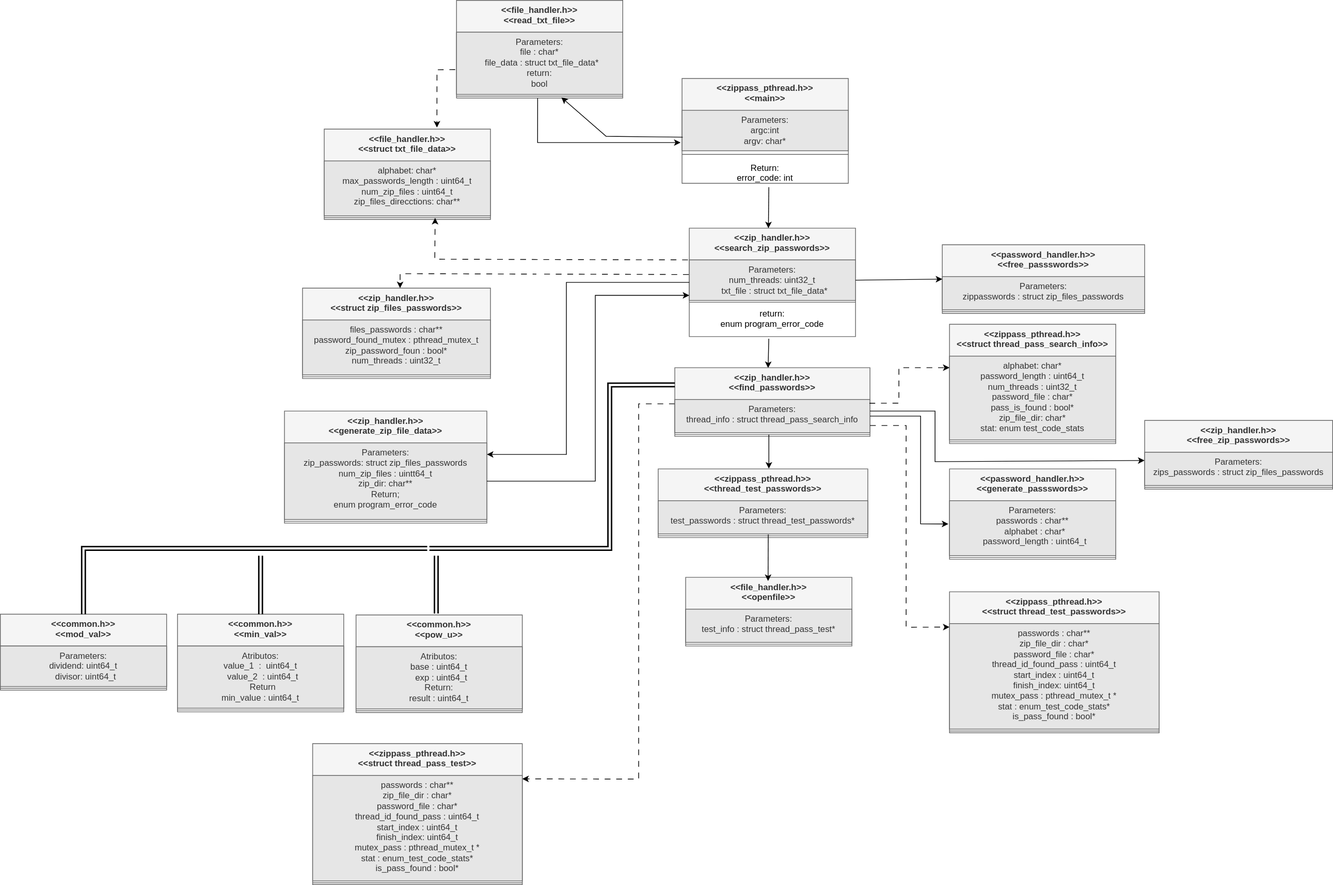
The draw.io diagram homeworks/zippass_openmp_mpi/design/UML_diagram.svg in raguerobermudez/c-concurrent-programming, before a commit. Source tidied: cells renumbered, new cells last; positions are measured from the earlier drawing's top-left corner, leaving out a move shared by most shapes.
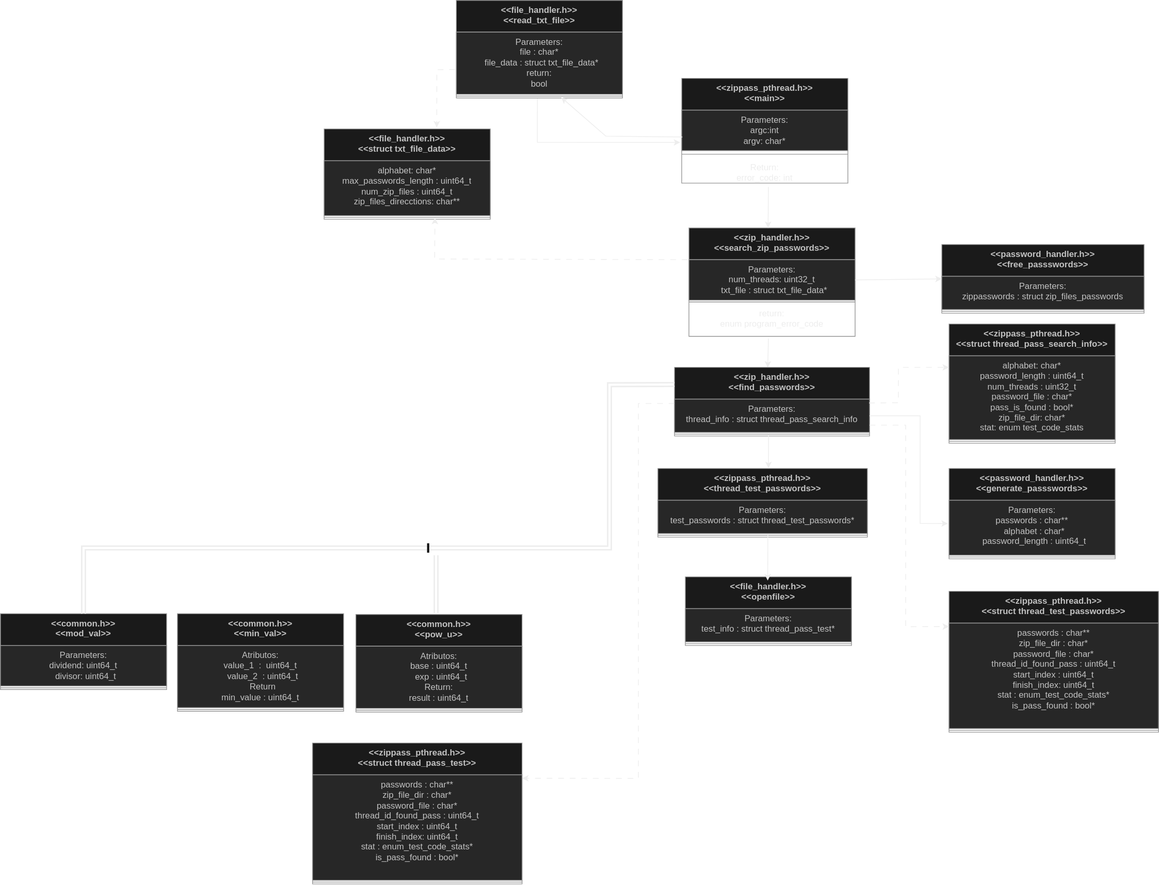
Above is the later version.

What changed in the source:
```diff
@@ -97,15 +97,6 @@
     <mxCell id="32" value="&lt;div&gt;return:&lt;/div&gt;&lt;div&gt;enum program_error_code&lt;br&gt;&lt;/div&gt;" style="text;strokeColor=none;fillColor=none;align=center;verticalAlign=top;spacingLeft=4;spacingRight=4;overflow=hidden;whiteSpace=wrap;html=1;" parent="28" vertex="1">
       <mxGeometry y="105" width="230" height="45" as="geometry" />
     </mxCell>
-    <mxCell id="33" value="&amp;lt;&amp;lt;zip_handler.h&amp;gt;&amp;gt;&lt;br&gt;&lt;div&gt;&amp;lt;&amp;lt;free_zip_passwords&amp;gt;&amp;gt;&lt;/div&gt;" style="swimlane;fontStyle=1;align=center;verticalAlign=top;horizontal=1;startSize=44;whiteSpace=wrap;html=1;fillColor=#f5f5f5;fontColor=#333333;strokeColor=#666666;" parent="1" vertex="1">
-      <mxGeometry x="1583" y="581" width="260" height="95" as="geometry" />
-    </mxCell>
-    <mxCell id="34" value="&lt;div&gt;Parameters:&lt;/div&gt;&lt;div&gt;zips_passwords : struct zip_files_passwords&lt;br&gt;&lt;/div&gt;" style="text;strokeColor=#666666;fillColor=#E6E6E6;align=center;verticalAlign=top;spacingLeft=4;spacingRight=4;overflow=hidden;points=[[0,0.5],[1,0.5]];portConstraint=eastwest;whiteSpace=wrap;html=1;fontColor=#333333;" parent="33" vertex="1">
-      <mxGeometry y="44" width="260" height="46" as="geometry" />
-    </mxCell>
-    <mxCell id="35" style="line;strokeWidth=1;fillColor=none;align=left;verticalAlign=middle;spacingTop=-1;spacingLeft=3;spacingRight=3;labelPosition=right;strokeColor=inherit;" parent="33" vertex="1">
-      <mxGeometry y="90" width="260" height="5" as="geometry" />
-    </mxCell>
     <mxCell id="36" value="&amp;lt;&amp;lt;zip_handler.h&amp;gt;&amp;gt;&lt;br&gt;&lt;div&gt;&amp;lt;&amp;lt;find_passwords&amp;gt;&amp;gt;&lt;/div&gt;" style="swimlane;fontStyle=1;align=center;verticalAlign=top;horizontal=1;startSize=44;whiteSpace=wrap;html=1;fillColor=#f5f5f5;fontColor=#333333;strokeColor=#666666;" parent="1" vertex="1">
       <mxGeometry x="933" y="508" width="270" height="95" as="geometry" />
     </mxCell>
@@ -157,54 +148,6 @@
         </Array>
       </mxGeometry>
     </mxCell>
-    <mxCell id="47" value="&amp;lt;&amp;lt;zip_handler.h&amp;gt;&amp;gt;&lt;br&gt;&lt;div&gt;&amp;lt;&amp;lt;struct zip_files_passwords&amp;gt;&amp;gt;&lt;/div&gt;" style="swimlane;fontStyle=1;align=center;verticalAlign=top;horizontal=1;startSize=44;whiteSpace=wrap;html=1;fillColor=#f5f5f5;fontColor=#333333;strokeColor=#666666;" parent="1" vertex="1">
-      <mxGeometry x="418" y="398" width="260" height="125" as="geometry" />
-    </mxCell>
-    <mxCell id="48" value="&lt;div&gt;files_passwords : char**&lt;/div&gt;&lt;div&gt;password_found_mutex : pthread_mutex_t&lt;/div&gt;&lt;div&gt;zip_password_foun : bool*&lt;br&gt;num_threads : uint32_t&lt;br&gt;&lt;/div&gt;" style="text;strokeColor=#666666;fillColor=#E6E6E6;align=center;verticalAlign=top;spacingLeft=4;spacingRight=4;overflow=hidden;whiteSpace=wrap;html=1;fontColor=#333333;" parent="47" vertex="1">
-      <mxGeometry y="44" width="260" height="76" as="geometry" />
-    </mxCell>
-    <mxCell id="49" style="line;strokeWidth=1;fillColor=none;align=left;verticalAlign=middle;spacingTop=-1;spacingLeft=3;spacingRight=3;labelPosition=right;strokeColor=inherit;" parent="47" vertex="1">
-      <mxGeometry y="120" width="260" height="5" as="geometry" />
-    </mxCell>
-    <mxCell id="50" value="&amp;nbsp;" style="endArrow=classic;html=1;rounded=0;exitX=-0.003;exitY=0.36;exitDx=0;exitDy=0;entryX=0.519;entryY=0;entryDx=0;entryDy=0;entryPerimeter=0;exitPerimeter=0;dashed=1;dashPattern=8 8;" parent="1" edge="1" source="29" target="47">
-      <mxGeometry relative="1" as="geometry">
-        <Array as="points">
-          <mxPoint x="553" y="378" />
-        </Array>
-      </mxGeometry>
-    </mxCell>
-    <mxCell id="51" value="&amp;lt;&amp;lt;zip_handler.h&amp;gt;&amp;gt;&lt;br&gt;&lt;div&gt;&amp;lt;&amp;lt;generate_zip_file_data&amp;gt;&amp;gt;&lt;/div&gt;" style="swimlane;fontStyle=1;align=center;verticalAlign=top;horizontal=1;startSize=44;whiteSpace=wrap;html=1;fillColor=#f5f5f5;fontColor=#333333;strokeColor=#666666;" parent="1" vertex="1">
-      <mxGeometry x="393" y="568" width="280" height="155" as="geometry" />
-    </mxCell>
-    <mxCell id="52" value="&lt;div&gt;Parameters:&lt;/div&gt;&lt;div&gt;zip_passwords: struct zip_files_passwords&lt;/div&gt;&lt;div&gt;num_zip_files : uintt64_t&lt;/div&gt;&lt;div&gt;zip_dir: char**&lt;/div&gt;&lt;div&gt;Return;&lt;/div&gt;&lt;div&gt;enum program_error_code&lt;br&gt;&lt;/div&gt;" style="text;strokeColor=#666666;fillColor=#E6E6E6;align=center;verticalAlign=top;spacingLeft=4;spacingRight=4;overflow=hidden;points=[[0,0.5],[1,0.5]];portConstraint=eastwest;whiteSpace=wrap;html=1;fontColor=#333333;" parent="51" vertex="1">
-      <mxGeometry y="44" width="280" height="106" as="geometry" />
-    </mxCell>
-    <mxCell id="53" style="line;strokeWidth=1;fillColor=none;align=left;verticalAlign=middle;spacingTop=-1;spacingLeft=3;spacingRight=3;labelPosition=right;strokeColor=inherit;" parent="51" vertex="1">
-      <mxGeometry y="150" width="280" height="5" as="geometry" />
-    </mxCell>
-    <mxCell id="54" style="endArrow=classic;html=1;rounded=0;entryX=0.5;entryY=0;entryDx=0;entryDy=0;shape=link;strokeWidth=2;" parent="51" edge="1" target="16">
-      <mxGeometry relative="1" as="geometry">
-        <mxPoint x="-33" y="200" as="sourcePoint" />
-      </mxGeometry>
-    </mxCell>
-    <mxCell id="55" style="endArrow=classic;html=1;rounded=0;exitX=0;exitY=0.5;exitDx=0;exitDy=0;" parent="1" edge="1" source="28">
-      <mxGeometry relative="1" as="geometry">
-        <mxPoint x="673" y="628" as="targetPoint" />
-        <Array as="points">
-          <mxPoint x="783" y="390" />
-          <mxPoint x="783" y="628" />
-        </Array>
-      </mxGeometry>
-    </mxCell>
-    <mxCell id="56" style="endArrow=classic;html=1;rounded=0;exitX=1;exitY=0.5;exitDx=0;exitDy=0;" parent="1" edge="1" source="52">
-      <mxGeometry relative="1" as="geometry">
-        <mxPoint x="953" y="408" as="targetPoint" />
-        <Array as="points">
-          <mxPoint x="823" y="665" />
-          <mxPoint x="823" y="408" />
-        </Array>
-      </mxGeometry>
-    </mxCell>
     <mxCell id="57" style="endArrow=classic;html=1;rounded=0;entryX=0;entryY=0.5;entryDx=0;entryDy=0;exitX=1;exitY=0.5;exitDx=0;exitDy=0;" parent="1" edge="1" source="29" target="25">
       <mxGeometry relative="1" as="geometry" />
     </mxCell>
@@ -269,7 +212,7 @@
     <mxCell id="70" value="&amp;lt;&amp;lt;zippass_pthread.h&amp;gt;&amp;gt;&lt;br&gt;&lt;div&gt;&amp;lt;&amp;lt;struct thread_test_passwords&amp;gt;&amp;gt;&lt;/div&gt;" style="swimlane;fontStyle=1;align=center;verticalAlign=top;horizontal=1;startSize=44;whiteSpace=wrap;html=1;fillColor=#f5f5f5;fontColor=#333333;strokeColor=#666666;" parent="1" vertex="1">
       <mxGeometry x="1313" y="818" width="290" height="195" as="geometry" />
     </mxCell>
-    <mxCell id="71" value="&lt;div&gt;passwords : char**&lt;/div&gt;&lt;div&gt;zip_file_dir : char*&lt;/div&gt;&lt;div&gt;password_file : char* &lt;br&gt;&lt;/div&gt;&lt;div&gt;thread_id_found_pass : uint64_t&lt;/div&gt;&lt;div&gt;start_index : uint64_t&lt;/div&gt;&lt;div&gt;finish_index: uint64_t&lt;/div&gt;&lt;div&gt;mutex_pass : pthread_mutex_t *&lt;br&gt;&lt;/div&gt;&lt;div&gt;stat : enum_test_code_stats*&lt;/div&gt;&lt;div&gt;is_pass_found : bool*&lt;br&gt;&lt;/div&gt;" style="text;strokeColor=#666666;fillColor=#E6E6E6;align=center;verticalAlign=top;spacingLeft=4;spacingRight=4;overflow=hidden;whiteSpace=wrap;html=1;fontColor=#333333;" parent="70" vertex="1">
+    <mxCell id="71" value="&lt;div&gt;passwords : char**&lt;/div&gt;&lt;div&gt;zip_file_dir : char*&lt;/div&gt;&lt;div&gt;password_file : char* &lt;br&gt;&lt;/div&gt;&lt;div&gt;thread_id_found_pass : uint64_t&lt;/div&gt;&lt;div&gt;start_index : uint64_t&lt;/div&gt;&lt;div&gt;finish_index: uint64_t&lt;/div&gt;&lt;div&gt;stat : enum_test_code_stats*&lt;/div&gt;&lt;div&gt;is_pass_found : bool*&lt;br&gt;&lt;/div&gt;" style="text;strokeColor=#666666;fillColor=#E6E6E6;align=center;verticalAlign=top;spacingLeft=4;spacingRight=4;overflow=hidden;whiteSpace=wrap;html=1;fontColor=#333333;" parent="70" vertex="1">
       <mxGeometry y="44" width="290" height="146" as="geometry" />
     </mxCell>
     <mxCell id="72" style="line;strokeWidth=1;fillColor=none;align=left;verticalAlign=middle;spacingTop=-1;spacingLeft=3;spacingRight=3;labelPosition=right;strokeColor=inherit;" parent="70" vertex="1">
@@ -284,19 +227,10 @@
         </Array>
       </mxGeometry>
     </mxCell>
-    <mxCell id="74" style="endArrow=classic;html=1;rounded=0;entryX=-0.001;entryY=0.248;entryDx=0;entryDy=0;entryPerimeter=0;" parent="1" edge="1" target="34">
-      <mxGeometry relative="1" as="geometry">
-        <mxPoint x="1203" y="568" as="sourcePoint" />
-        <Array as="points">
-          <mxPoint x="1293" y="568" />
-          <mxPoint x="1293" y="638" />
-        </Array>
-      </mxGeometry>
-    </mxCell>
     <mxCell id="75" value="&amp;lt;&amp;lt;zippass_pthread.h&amp;gt;&amp;gt;&lt;br&gt;&lt;div&gt;&amp;lt;&amp;lt;struct thread_pass_test&amp;gt;&amp;gt;&lt;/div&gt;" style="swimlane;fontStyle=1;align=center;verticalAlign=top;horizontal=1;startSize=44;whiteSpace=wrap;html=1;fillColor=#f5f5f5;fontColor=#333333;strokeColor=#666666;" parent="1" vertex="1">
       <mxGeometry x="432" y="1028" width="290" height="195" as="geometry" />
     </mxCell>
-    <mxCell id="76" value="&lt;div&gt;passwords : char**&lt;/div&gt;&lt;div&gt;zip_file_dir : char*&lt;/div&gt;&lt;div&gt;password_file : char* &lt;br&gt;&lt;/div&gt;&lt;div&gt;thread_id_found_pass : uint64_t&lt;/div&gt;&lt;div&gt;start_index : uint64_t&lt;/div&gt;&lt;div&gt;finish_index: uint64_t&lt;/div&gt;&lt;div&gt;mutex_pass : pthread_mutex_t *&lt;br&gt;&lt;/div&gt;&lt;div&gt;stat : enum_test_code_stats*&lt;/div&gt;&lt;div&gt;is_pass_found : bool*&lt;br&gt;&lt;/div&gt;" style="text;strokeColor=#666666;fillColor=#E6E6E6;align=center;verticalAlign=top;spacingLeft=4;spacingRight=4;overflow=hidden;whiteSpace=wrap;html=1;fontColor=#333333;" parent="75" vertex="1">
+    <mxCell id="76" value="&lt;div&gt;passwords : char**&lt;/div&gt;&lt;div&gt;zip_file_dir : char*&lt;/div&gt;&lt;div&gt;password_file : char* &lt;br&gt;&lt;/div&gt;&lt;div&gt;thread_id_found_pass : uint64_t&lt;/div&gt;&lt;div&gt;start_index : uint64_t&lt;/div&gt;&lt;div&gt;finish_index: uint64_t&lt;/div&gt;&lt;div&gt;stat : enum_test_code_stats*&lt;/div&gt;&lt;div&gt;is_pass_found : bool*&lt;br&gt;&lt;/div&gt;" style="text;strokeColor=#666666;fillColor=#E6E6E6;align=center;verticalAlign=top;spacingLeft=4;spacingRight=4;overflow=hidden;whiteSpace=wrap;html=1;fontColor=#333333;" parent="75" vertex="1">
       <mxGeometry y="44" width="290" height="146" as="geometry" />
     </mxCell>
     <mxCell id="77" style="line;strokeWidth=1;fillColor=none;align=left;verticalAlign=middle;spacingTop=-1;spacingLeft=3;spacingRight=3;labelPosition=right;strokeColor=inherit;" parent="75" vertex="1">
```
